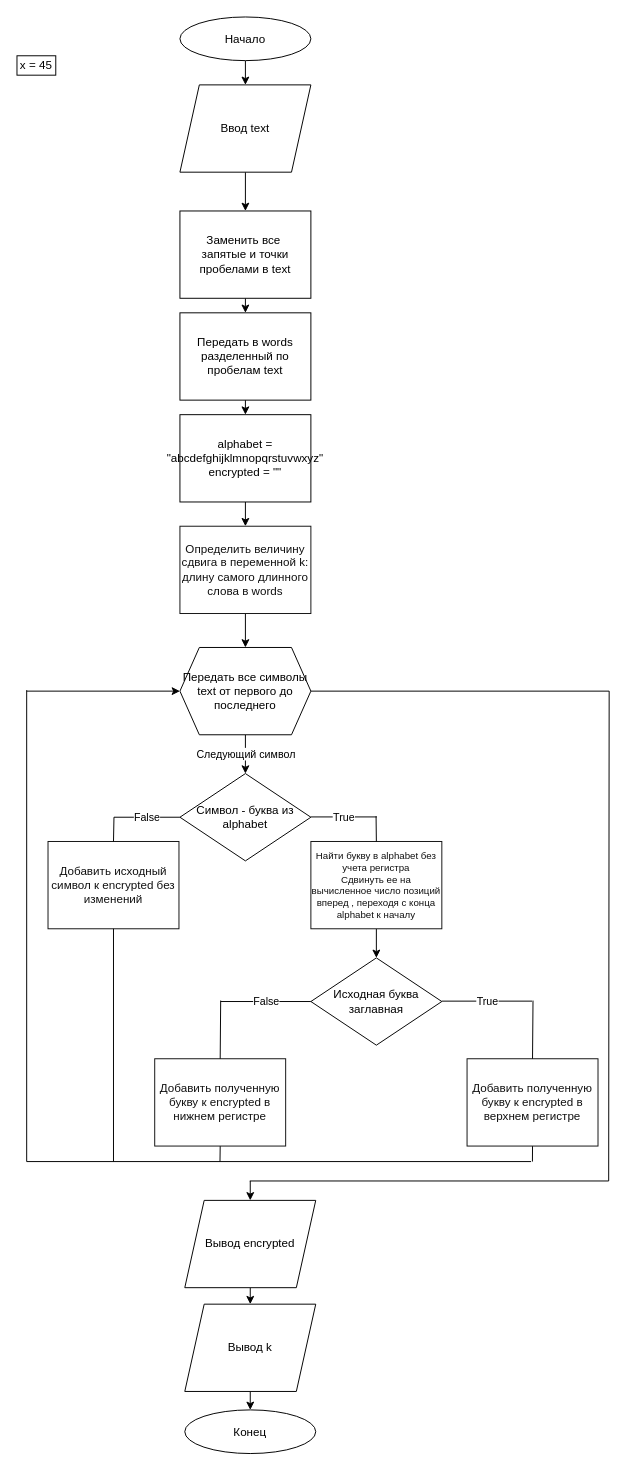
BinaryModder/Python_strings keeps this draw.io diagram as task_2/task_2_diagram.drawio. Above is the earlier version. Source tidied: cells renumbered, new cells numbered last; positions are measured from the earlier drawing's top-left corner, leaving out a move shared by most shapes. Both pictures are drawn from the tidied source at 97%, with x=0, y=0 at pixel (16, 16).
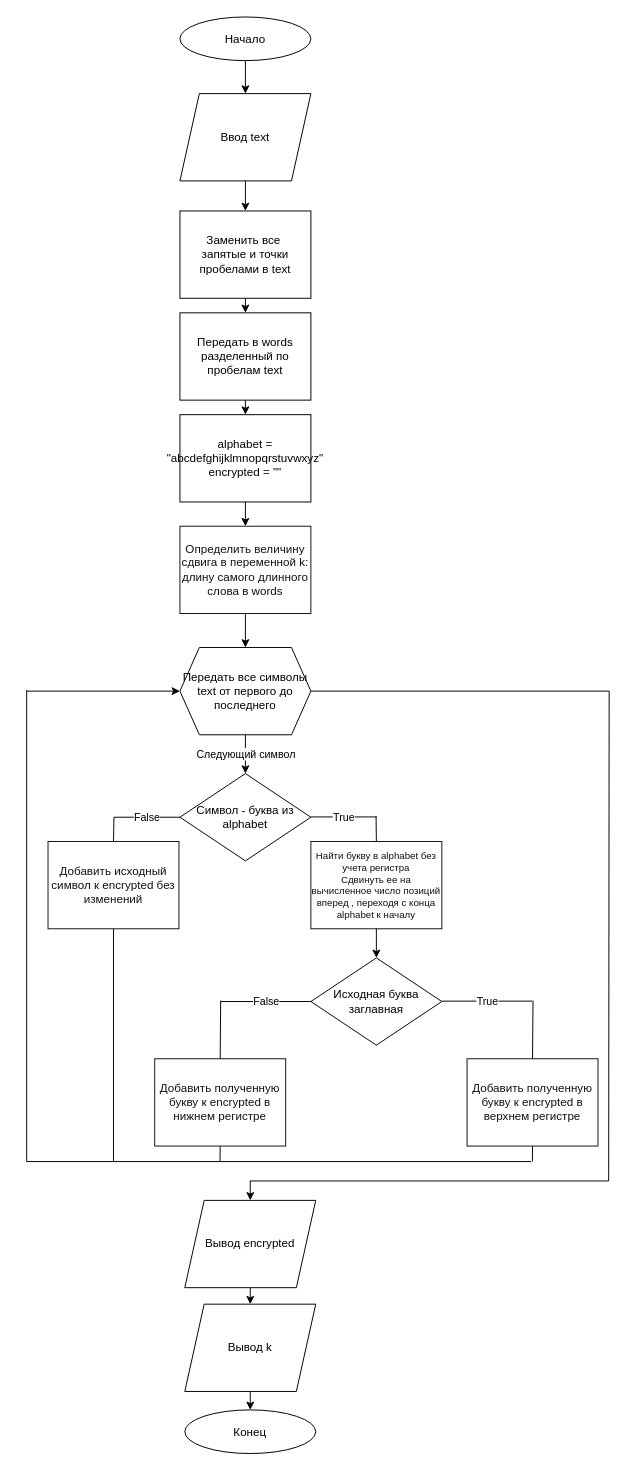
Above is the later version.

Unchanged cells that the change refers to:
```xml
<mxCell id="3" value="Начало" style="ellipse;whiteSpace=wrap;html=1;shapeInside=1;fontSize=12;" parent="1" vertex="1">
  <mxGeometry x="168" width="135" height="45" as="geometry" />
</mxCell>
```

The edit, as a diff of the source:
```diff
@@
-    <mxCell id="2" style="edgeStyle=orthogonalEdgeStyle;rounded=0;jettySize=auto;html=1;exitX=0.5;exitY=1;exitDx=0;exitDy=0;entryX=0.5;entryY=0;entryDx=0;entryDy=0;" parent="1" edge="1" source="3">
-      <mxGeometry relative="1" as="geometry">
-        <mxPoint x="235.5" y="70" as="targetPoint" />
-      </mxGeometry>
+    <mxCell id="2" style="edgeStyle=orthogonalEdgeStyle;rounded=0;jettySize=auto;html=1;exitX=0.5;exitY=1;exitDx=0;exitDy=0;entryX=0.5;entryY=0;entryDx=0;entryDy=0;" parent="1" edge="1" source="3" target="6">
+      <mxGeometry relative="1" as="geometry" />
     </mxCell>
@@
     <mxCell id="6" value="Ввод text" style="shape=parallelogram;perimeter=parallelogramPerimeter;whiteSpace=wrap;html=1;shapeInside=1;fixedSize=1;fontSize=12;" parent="1" vertex="1">
-      <mxGeometry x="168" y="70" width="135" height="90" as="geometry" />
+      <mxGeometry x="168" y="79" width="135" height="90" as="geometry" />
     </mxCell>
@@
-    <mxCell id="16" value="x = 45" style="rounded=0;whiteSpace=wrap;html=1;" parent="1" vertex="1">
-      <mxGeometry y="40" width="40" height="20" as="geometry" />
-    </mxCell>
```
